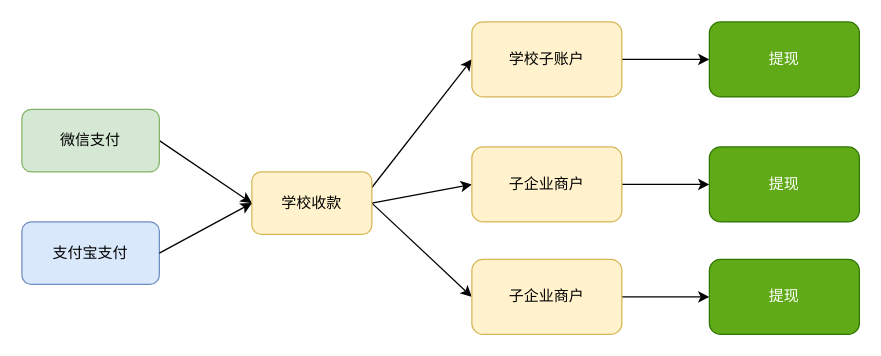
Above: page "第 5 页" (5 of 19) of 青岛恒星示意.drawio in bzerozero7/test (draw.io), before the change. Source tidied: cells renumbered, new cells numbered last; positions are measured from the earlier drawing's top-left corner, leaving out a move shared by most shapes. Both pictures are drawn from the tidied source at 125%, with x=0, y=0 at pixel (21, 21).
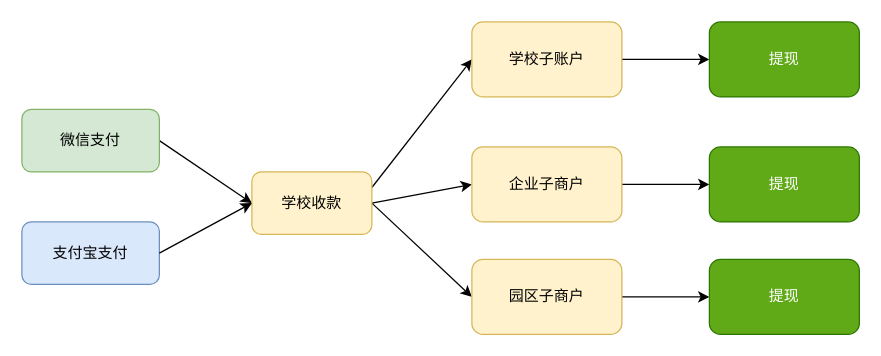
The same diagram, later.

What changed in the source:
```diff
@@
 <mxGraphModel>
   <root>
     <mxCell id="0" />
     <mxCell id="1" parent="0" />
     <mxCell id="2" style="rounded=0;jettySize=auto;html=1;exitX=1;exitY=0.5;exitDx=0;exitDy=0;entryX=0;entryY=0.5;entryDx=0;entryDy=0;" parent="1" edge="1" source="3" target="7">
       <mxGeometry relative="1" as="geometry" />
     </mxCell>
     <mxCell id="3" value="微信支付" style="rounded=1;whiteSpace=wrap;html=1;fillColor=#d5e8d4;strokeColor=#82b366;" parent="1" vertex="1">
       <mxGeometry y="70" width="110" height="50" as="geometry" />
     </mxCell>
     <mxCell id="4" style="rounded=0;jettySize=auto;html=1;exitX=1;exitY=0.25;exitDx=0;exitDy=0;entryX=0;entryY=0.5;entryDx=0;entryDy=0;" parent="1" edge="1" source="7" target="11">
       <mxGeometry relative="1" as="geometry" />
     </mxCell>
     <mxCell id="5" style="rounded=0;jettySize=auto;html=1;exitX=1;exitY=0.5;exitDx=0;exitDy=0;entryX=0;entryY=0.5;entryDx=0;entryDy=0;" parent="1" edge="1" source="7" target="13">
       <mxGeometry relative="1" as="geometry" />
     </mxCell>
     <mxCell id="6" style="rounded=0;jettySize=auto;html=1;exitX=1;exitY=0.5;exitDx=0;exitDy=0;entryX=0;entryY=0.5;entryDx=0;entryDy=0;" parent="1" edge="1" source="7" target="9">
       <mxGeometry relative="1" as="geometry" />
     </mxCell>
     <mxCell id="7" value="学校收款" style="rounded=1;whiteSpace=wrap;html=1;fillColor=#fff2cc;strokeColor=#d6b656;" parent="1" vertex="1">
       <mxGeometry x="184" y="120" width="96" height="50" as="geometry" />
     </mxCell>
     <mxCell id="8" style="edgeStyle=orthogonalEdgeStyle;rounded=0;jettySize=auto;html=1;exitX=1;exitY=0.5;exitDx=0;exitDy=0;entryX=0;entryY=0.5;entryDx=0;entryDy=0;" parent="1" edge="1" source="9" target="16">
       <mxGeometry relative="1" as="geometry" />
     </mxCell>
-    <mxCell id="9" value="子企业商户" style="rounded=1;whiteSpace=wrap;html=1;fillColor=#fff2cc;strokeColor=#d6b656;" parent="1" vertex="1">
+    <mxCell id="9" value="园区子商户" style="rounded=1;whiteSpace=wrap;html=1;fillColor=#fff2cc;strokeColor=#d6b656;" parent="1" vertex="1">
       <mxGeometry x="360" y="190" width="120" height="60" as="geometry" />
     </mxCell>
     <mxCell id="10" style="edgeStyle=orthogonalEdgeStyle;rounded=0;jettySize=auto;html=1;exitX=1;exitY=0.5;exitDx=0;exitDy=0;entryX=0;entryY=0.5;entryDx=0;entryDy=0;" parent="1" edge="1" source="11" target="14">
       <mxGeometry relative="1" as="geometry" />
     </mxCell>
     <mxCell id="11" value="学校子账户" style="rounded=1;whiteSpace=wrap;html=1;fillColor=#fff2cc;strokeColor=#d6b656;" parent="1" vertex="1">
       <mxGeometry x="360" width="120" height="60" as="geometry" />
     </mxCell>
     <mxCell id="12" style="edgeStyle=orthogonalEdgeStyle;rounded=0;jettySize=auto;html=1;exitX=1;exitY=0.5;exitDx=0;exitDy=0;entryX=0;entryY=0.5;entryDx=0;entryDy=0;" parent="1" edge="1" source="13" target="15">
       <mxGeometry relative="1" as="geometry" />
     </mxCell>
-    <mxCell id="13" value="子企业商户" style="rounded=1;whiteSpace=wrap;html=1;fillColor=#fff2cc;strokeColor=#d6b656;" parent="1" vertex="1">
+    <mxCell id="13" value="企业子商户" style="rounded=1;whiteSpace=wrap;html=1;fillColor=#fff2cc;strokeColor=#d6b656;" parent="1" vertex="1">
       <mxGeometry x="360" y="100" width="120" height="60" as="geometry" />
     </mxCell>
     <mxCell id="14" value="提现" style="rounded=1;whiteSpace=wrap;html=1;fillColor=#60a917;fontColor=#ffffff;strokeColor=#2D7600;" parent="1" vertex="1">
       <mxGeometry x="550" width="120" height="60" as="geometry" />
     </mxCell>
     <mxCell id="15" value="提现" style="rounded=1;whiteSpace=wrap;html=1;fillColor=#60a917;fontColor=#ffffff;strokeColor=#2D7600;" parent="1" vertex="1">
       <mxGeometry x="550" y="100" width="120" height="60" as="geometry" />
     </mxCell>
     <mxCell id="16" value="提现" style="rounded=1;whiteSpace=wrap;html=1;fillColor=#60a917;fontColor=#ffffff;strokeColor=#2D7600;" parent="1" vertex="1">
       <mxGeometry x="550" y="190" width="120" height="60" as="geometry" />
     </mxCell>
     <mxCell id="17" value="支付宝支付" style="rounded=1;whiteSpace=wrap;html=1;fillColor=#dae8fc;strokeColor=#6c8ebf;" parent="1" vertex="1">
       <mxGeometry y="160" width="110" height="50" as="geometry" />
     </mxCell>
     <mxCell id="18" style="endArrow=classic;html=1;rounded=0;exitX=1;exitY=0.5;exitDx=0;exitDy=0;entryX=0;entryY=0.5;entryDx=0;entryDy=0;" parent="1" edge="1" source="17" target="7">
       <mxGeometry relative="1" as="geometry" />
     </mxCell>
   </root>
 </mxGraphModel>
```
